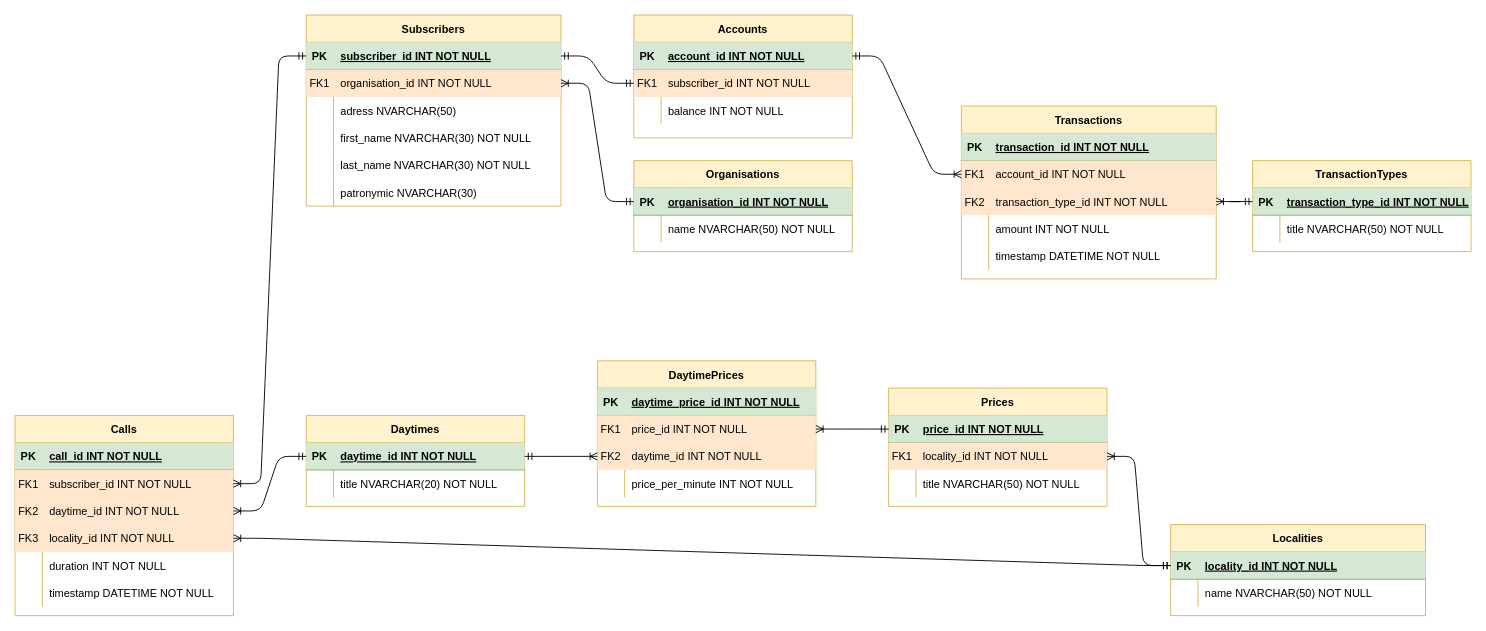
Before: DBSchema.drawio in temoncher/telephone-company-api, a draw.io diagram. Source tidied: cells renumbered, new cells numbered last; positions are measured from the earlier drawing's top-left corner, leaving out a move shared by most shapes. Both pictures are drawn from the tidied source at 91%, with x=0, y=0 at pixel (15, 15).
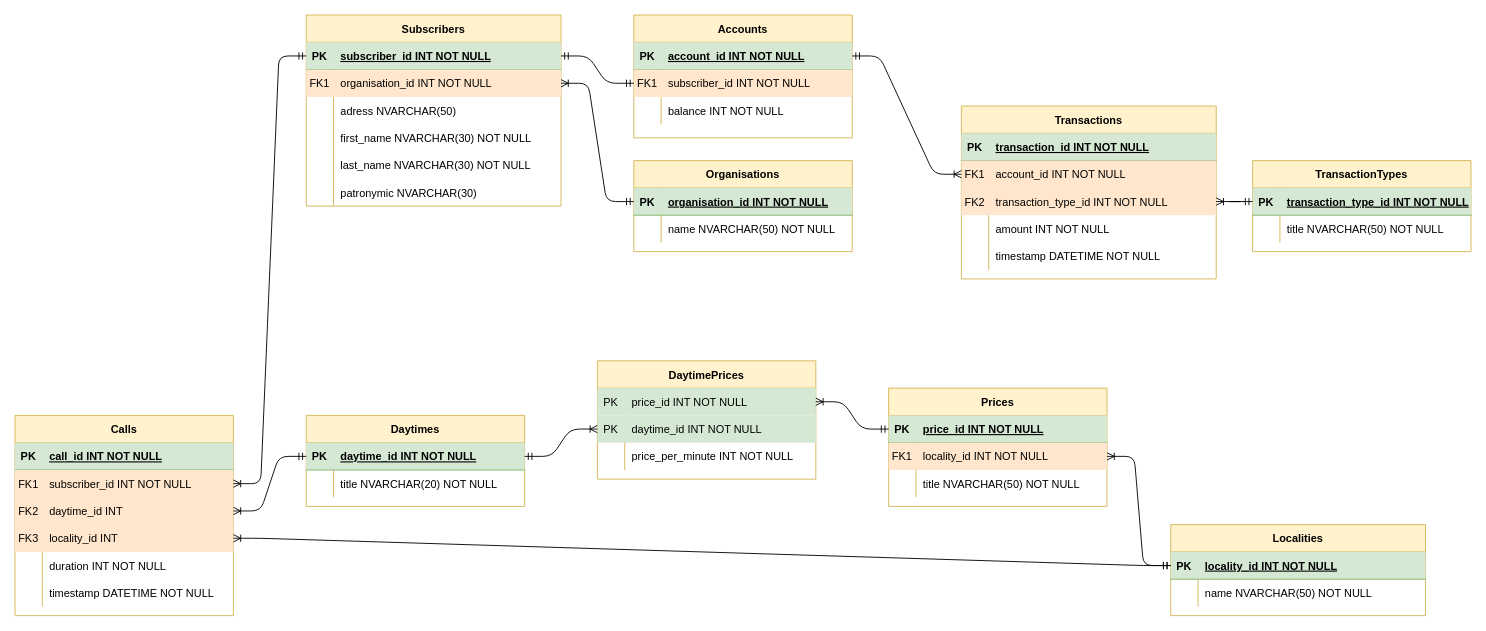
The same diagram, later.

The change refers to these unchanged cells:
```xml
<mxCell id="96" style="shape=partialRectangle;fillColor=#ffe6cc;top=0;left=0;bottom=0;right=0;points=[[0,0.5],[1,0.5]];portConstraint=eastwest;strokeColor=#d79b00;" parent="89" vertex="1">
  <mxGeometry y="90" width="240" height="30" as="geometry" />
</mxCell>
<mxCell id="99" style="shape=partialRectangle;fillColor=#ffe6cc;top=0;left=0;bottom=0;right=0;points=[[0,0.5],[1,0.5]];portConstraint=eastwest;strokeColor=#d79b00;" parent="89" vertex="1">
  <mxGeometry y="120" width="240" height="30" as="geometry" />
</mxCell>
```

Diff of the diagram source:
```diff
@@
     <mxCell id="72" value="DaytimePrices" style="shape=table;startSize=30;childLayout=tableLayout;rowLines=0;fontStyle=1;align=center;rounded=0;shadow=0;sketch=0;fillColor=#fff2cc;strokeColor=#d6b656;" parent="1" vertex="1">
-      <mxGeometry x="640" y="380" width="240" height="160" as="geometry" />
+      <mxGeometry x="640" y="380" width="240" height="130" as="geometry" />
     </mxCell>
-    <mxCell id="73" style="shape=partialRectangle;fillColor=#d5e8d4;top=0;left=0;bottom=1;right=0;strokeColor=#82b366;" parent="72" vertex="1">
-      <mxGeometry y="30" width="240" height="30" as="geometry" />
-    </mxCell>
-    <mxCell id="74" value="PK" style="shape=partialRectangle;fillColor=none;top=0;left=0;bottom=0;right=0;fontStyle=1;overflow=hidden;" parent="73" vertex="1">
-      <mxGeometry width="30" height="30" as="geometry" />
-    </mxCell>
-    <mxCell id="75" value="daytime_price_id INT NOT NULL" style="shape=partialRectangle;fillColor=none;top=0;left=0;bottom=0;right=0;align=left;spacingLeft=6;fontStyle=5;overflow=hidden;" parent="73" vertex="1">
-      <mxGeometry x="30" width="210" height="30" as="geometry" />
-    </mxCell>
-    <mxCell id="76" style="shape=partialRectangle;fillColor=#ffe6cc;top=0;left=0;bottom=0;right=0;points=[[0,0.5],[1,0.5]];portConstraint=eastwest;strokeColor=#d79b00;" parent="72" vertex="1">
-      <mxGeometry y="60" width="240" height="30" as="geometry" />
+    <mxCell id="76" style="shape=partialRectangle;fillColor=#d5e8d4;top=0;left=0;bottom=0;right=0;points=[[0,0.5],[1,0.5]];portConstraint=eastwest;strokeColor=#82b366;" parent="72" vertex="1">
+      <mxGeometry y="30" width="240" height="30" as="geometry" />
     </mxCell>
-    <mxCell id="77" value="FK1" style="shape=partialRectangle;fillColor=none;top=0;left=0;bottom=0;right=0;overflow=hidden;" parent="76" vertex="1">
+    <mxCell id="77" value="PK" style="shape=partialRectangle;fillColor=none;top=0;left=0;bottom=0;right=0;overflow=hidden;" parent="76" vertex="1">
       <mxGeometry width="30" height="30" as="geometry" />
     </mxCell>
@@
-    <mxCell id="79" style="shape=partialRectangle;fillColor=#ffe6cc;top=0;left=0;bottom=0;right=0;points=[[0,0.5],[1,0.5]];portConstraint=eastwest;strokeColor=#d79b00;" parent="72" vertex="1">
-      <mxGeometry y="90" width="240" height="30" as="geometry" />
+    <mxCell id="79" style="shape=partialRectangle;fillColor=#d5e8d4;top=0;left=0;bottom=0;right=0;points=[[0,0.5],[1,0.5]];portConstraint=eastwest;strokeColor=#82b366;" parent="72" vertex="1">
+      <mxGeometry y="60" width="240" height="30" as="geometry" />
     </mxCell>
-    <mxCell id="80" value="FK2" style="shape=partialRectangle;fillColor=none;top=0;left=0;bottom=0;right=0;overflow=hidden;" parent="79" vertex="1">
+    <mxCell id="80" value="PK" style="shape=partialRectangle;fillColor=none;top=0;left=0;bottom=0;right=0;overflow=hidden;" parent="79" vertex="1">
       <mxGeometry width="30" height="30" as="geometry" />
     </mxCell>
@@
     <mxCell id="82" style="shape=partialRectangle;fillColor=none;top=0;left=0;bottom=0;right=0;" parent="72" vertex="1">
-      <mxGeometry y="120" width="240" height="30" as="geometry" />
+      <mxGeometry y="90" width="240" height="30" as="geometry" />
     </mxCell>
@@
-    <mxCell id="98" value="daytime_id INT NOT NULL" style="shape=partialRectangle;fillColor=none;top=0;left=0;bottom=0;right=0;align=left;spacingLeft=6;overflow=hidden;" parent="96" vertex="1">
+    <mxCell id="98" value="daytime_id INT" style="shape=partialRectangle;fillColor=none;top=0;left=0;bottom=0;right=0;align=left;spacingLeft=6;overflow=hidden;" parent="96" vertex="1">
       <mxGeometry x="30" width="210" height="30" as="geometry" />
     </mxCell>
@@
-    <mxCell id="101" value="locality_id INT NOT NULL" style="shape=partialRectangle;fillColor=none;top=0;left=0;bottom=0;right=0;align=left;spacingLeft=6;overflow=hidden;" parent="99" vertex="1">
+    <mxCell id="101" value="locality_id INT" style="shape=partialRectangle;fillColor=none;top=0;left=0;bottom=0;right=0;align=left;spacingLeft=6;overflow=hidden;" parent="99" vertex="1">
       <mxGeometry x="30" width="210" height="30" as="geometry" />
     </mxCell>
```
